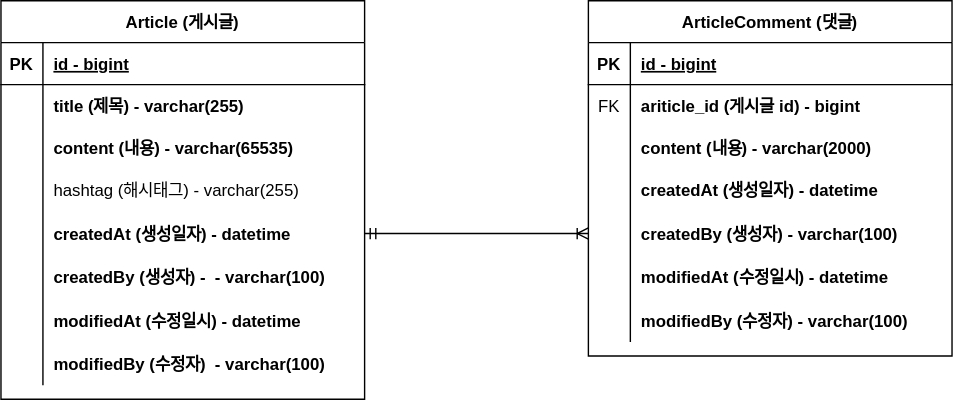
Earlier version of the draw.io export document/project-board-erd.svg (wisdom08/project-board). Source tidied: cells renumbered, new cells last; positions are measured from the earlier drawing's top-left corner, leaving out a move shared by most shapes.
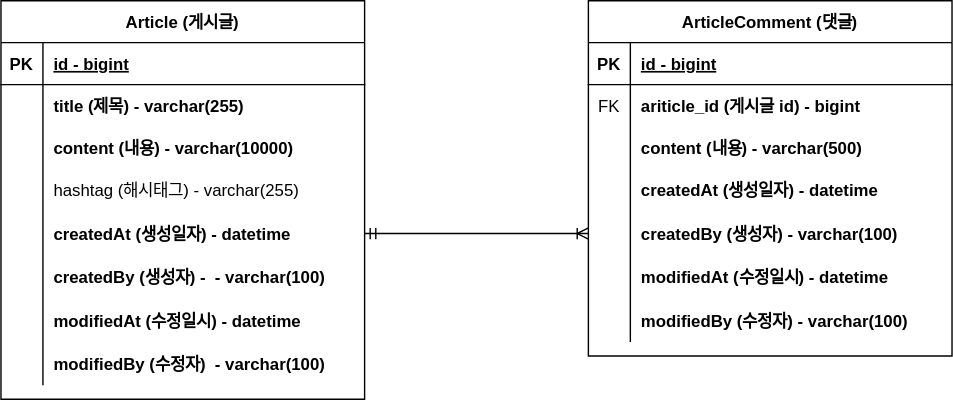
The same diagram one commit later.

Commit message:
#10: erd 업데이트(content 사이즈 변경)

The edit, as a diff of the source:
```diff
@@ -2,11 +2,6 @@
   <root>
     <mxCell id="0" />
     <mxCell id="1" parent="0" />
-    <mxCell id="2" style="edgeStyle=entityRelationEdgeStyle;endArrow=ERzeroToMany;startArrow=ERone;endFill=1;startFill=0;" parent="1" edge="1" target="x">
-      <mxGeometry relative="1" as="geometry">
-        <mxPoint x="580" y="46" as="sourcePoint" />
-      </mxGeometry>
-    </mxCell>
     <mxCell id="3" value="Article (게시글)" style="shape=table;startSize=30;rowLines=0;fontStyle=1;align=center;" parent="1" vertex="1">
       <mxGeometry width="260" height="285" as="geometry" />
     </mxCell>
@@ -34,7 +29,7 @@
     <mxCell id="11" style="shape=partialRectangle;overflow=hidden;fillColor=none;top=0;left=0;bottom=0;right=0;" parent="10" vertex="1">
       <mxGeometry width="30" height="30" as="geometry" />
     </mxCell>
-    <mxCell id="12" value="content (내용) - varchar(65535)" style="shape=partialRectangle;overflow=hidden;fillColor=none;top=0;left=0;bottom=0;right=0;align=left;spacingLeft=6;fontStyle=1;" parent="10" vertex="1">
+    <mxCell id="12" value="content (내용) - varchar(10000)" style="shape=partialRectangle;overflow=hidden;fillColor=none;top=0;left=0;bottom=0;right=0;align=left;spacingLeft=6;fontStyle=1;" parent="10" vertex="1">
       <mxGeometry x="30" width="230" height="30" as="geometry" />
     </mxCell>
     <mxCell id="13" style="shape=partialRectangle;fillColor=none;top=0;left=0;right=0;bottom=0;" parent="3" vertex="1">
@@ -109,7 +104,7 @@
     <mxCell id="36" style="shape=partialRectangle;overflow=hidden;fillColor=none;top=0;left=0;bottom=0;right=0;" parent="35" vertex="1">
       <mxGeometry width="30" height="30" as="geometry" />
     </mxCell>
-    <mxCell id="37" value="content (내용) - varchar(2000)" style="shape=partialRectangle;overflow=hidden;fillColor=none;top=0;left=0;bottom=0;right=0;align=left;spacingLeft=6;fontStyle=1;" parent="35" vertex="1">
+    <mxCell id="37" value="content (내용) - varchar(500)" style="shape=partialRectangle;overflow=hidden;fillColor=none;top=0;left=0;bottom=0;right=0;align=left;spacingLeft=6;fontStyle=1;" parent="35" vertex="1">
       <mxGeometry x="30" width="230" height="30" as="geometry" />
     </mxCell>
     <mxCell id="38" style="shape=partialRectangle;fillColor=none;top=0;left=0;right=0;bottom=0;" parent="28" vertex="1">
```
